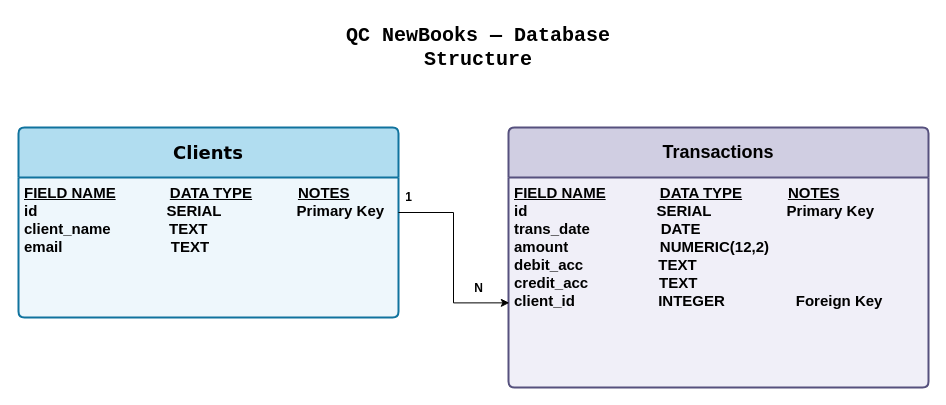
Before: page "Part B - ERD" (2 of 2) of QC_NewBooks_Diagrams.drawio in talyasharoni51-a11y/diagram-qc-new-books, a draw.io diagram. Source tidied: cells renumbered, new cells numbered last; positions are measured from the earlier drawing's top-left corner, leaving out a move shared by most shapes. Both pictures are drawn from the tidied source at 100%, with x=0, y=0 at pixel (18, 17).
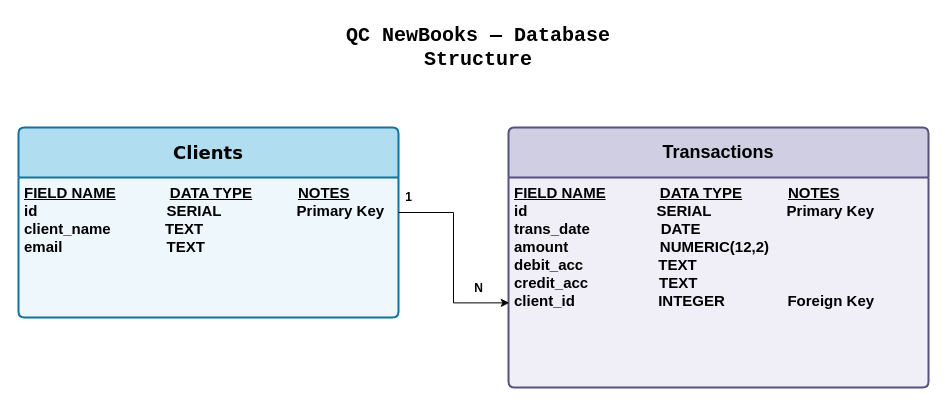
After the change.

Change to the diagram source:
```diff
@@
 <mxGraphModel>
   <root>
     <mxCell id="0" />
     <mxCell id="1" parent="0" />
     <mxCell id="2" value="&lt;b&gt;&lt;span style=&quot;color: rgb(0, 0, 0); font-family: &amp;quot;Share Tech Mono&amp;quot;, monospace; font-size: 20px; font-style: normal; font-variant-ligatures: normal; font-variant-caps: normal; letter-spacing: normal; orphans: 2; text-align: start; text-indent: 0px; text-transform: none; widows: 2; word-spacing: 0px; -webkit-text-stroke-width: 0px; white-space: normal; background-color: rgb(255, 255, 255); text-decoration-thickness: initial; text-decoration-style: initial; text-decoration-color: initial; float: none; display: inline !important;&quot;&gt;QC NewBooks — Database Structure&lt;/span&gt;&lt;/b&gt;" style="text;html=1;whiteSpace=wrap;strokeColor=none;fillColor=none;align=center;verticalAlign=middle;rounded=0;" parent="1" vertex="1">
       <mxGeometry x="275" width="370" height="60" as="geometry" />
     </mxCell>
     <mxCell id="3" value="&lt;font style=&quot;font-size: 18px;&quot;&gt;&lt;b&gt;Transactions&lt;/b&gt;&lt;/font&gt;" style="swimlane;horizontal=1;startSize=50;rounded=1;fontSize=14;fontStyle=0;strokeWidth=2;shadow=0;dashed=0;align=center;arcSize=4;whiteSpace=wrap;html=1;fillColor=#d0cee2;strokeColor=#56517e;swimlaneFillColor=light-dark(#f0eff8, #ededed);" parent="1" vertex="1">
       <mxGeometry x="490" y="110" width="420" height="260" as="geometry" />
     </mxCell>
-    <mxCell id="4" value="&lt;font style=&quot;font-size: 15px;&quot;&gt;&lt;b&gt;&lt;u&gt;FIELD NAME&lt;/u&gt;&amp;nbsp; &amp;nbsp; &amp;nbsp; &amp;nbsp; &amp;nbsp; &amp;nbsp; &amp;nbsp;&lt;u&gt;DATA TYPE&lt;/u&gt;&amp;nbsp; &amp;nbsp; &amp;nbsp; &amp;nbsp; &amp;nbsp; &amp;nbsp;&lt;u&gt;NOTES&lt;/u&gt;&lt;/b&gt;&lt;/font&gt;&lt;div&gt;&lt;font style=&quot;font-size: 15px;&quot;&gt;&lt;b&gt;id&amp;nbsp; &amp;nbsp; &amp;nbsp; &amp;nbsp; &amp;nbsp; &amp;nbsp; &amp;nbsp; &amp;nbsp; &amp;nbsp; &amp;nbsp; &amp;nbsp; &amp;nbsp; &amp;nbsp; &amp;nbsp; &amp;nbsp; &amp;nbsp;SERIAL&amp;nbsp; &amp;nbsp; &amp;nbsp; &amp;nbsp; &amp;nbsp; &amp;nbsp; &amp;nbsp; &amp;nbsp; &amp;nbsp; Primary Key&lt;/b&gt;&lt;/font&gt;&lt;div&gt;&lt;span style=&quot;background-color: transparent; color: light-dark(rgb(0, 0, 0), rgb(255, 255, 255));&quot;&gt;&lt;font style=&quot;font-size: 15px;&quot;&gt;&lt;b&gt;trans_date&amp;nbsp; &amp;nbsp; &amp;nbsp; &amp;nbsp; &amp;nbsp; &amp;nbsp; &amp;nbsp; &amp;nbsp; &amp;nbsp;DATE&lt;/b&gt;&lt;/font&gt;&lt;/span&gt;&lt;div&gt;&lt;div&gt;&lt;span style=&quot;background-color: transparent; color: light-dark(rgb(0, 0, 0), rgb(255, 255, 255));&quot;&gt;&lt;font style=&quot;font-size: 15px;&quot;&gt;&lt;b&gt;amount&amp;nbsp; &amp;nbsp; &amp;nbsp; &amp;nbsp; &amp;nbsp; &amp;nbsp; &amp;nbsp; &amp;nbsp; &amp;nbsp; &amp;nbsp; &amp;nbsp; NUMERIC(12,2)&lt;/b&gt;&lt;/font&gt;&lt;/span&gt;&lt;/div&gt;&lt;div&gt;&lt;font style=&quot;font-size: 15px;&quot;&gt;&lt;b&gt;debit_acc&amp;nbsp; &amp;nbsp; &amp;nbsp; &amp;nbsp; &amp;nbsp; &amp;nbsp; &amp;nbsp; &amp;nbsp; &amp;nbsp; TEXT&lt;/b&gt;&lt;/font&gt;&lt;/div&gt;&lt;div&gt;&lt;font style=&quot;font-size: 15px;&quot;&gt;&lt;b&gt;credit_acc&amp;nbsp; &amp;nbsp; &amp;nbsp; &amp;nbsp; &amp;nbsp; &amp;nbsp; &amp;nbsp; &amp;nbsp; &amp;nbsp;TEXT&lt;/b&gt;&lt;/font&gt;&lt;/div&gt;&lt;div&gt;&lt;font style=&quot;font-size: 15px;&quot;&gt;&lt;b&gt;client_id&amp;nbsp; &amp;nbsp; &amp;nbsp; &amp;nbsp; &amp;nbsp; &amp;nbsp; &amp;nbsp; &amp;nbsp; &amp;nbsp; &amp;nbsp; INTEGER&amp;nbsp; &amp;nbsp; &amp;nbsp; &amp;nbsp; &amp;nbsp; &amp;nbsp; &amp;nbsp; &amp;nbsp; &amp;nbsp;Foreign Key&lt;/b&gt;&lt;/font&gt;&lt;/div&gt;&lt;/div&gt;&lt;/div&gt;&lt;/div&gt;" style="align=left;strokeColor=none;fillColor=none;spacingLeft=4;spacingRight=4;fontSize=12;verticalAlign=top;html=1;whiteSpace=wrap;" parent="3" vertex="1">
+    <mxCell id="4" value="&lt;font style=&quot;font-size: 15px;&quot;&gt;&lt;b&gt;&lt;u&gt;FIELD NAME&lt;/u&gt;&amp;nbsp; &amp;nbsp; &amp;nbsp; &amp;nbsp; &amp;nbsp; &amp;nbsp; &amp;nbsp;&lt;u&gt;DATA TYPE&lt;/u&gt;&amp;nbsp; &amp;nbsp; &amp;nbsp; &amp;nbsp; &amp;nbsp; &amp;nbsp;&lt;u&gt;NOTES&lt;/u&gt;&lt;/b&gt;&lt;/font&gt;&lt;div&gt;&lt;font style=&quot;font-size: 15px;&quot;&gt;&lt;b&gt;id&amp;nbsp; &amp;nbsp; &amp;nbsp; &amp;nbsp; &amp;nbsp; &amp;nbsp; &amp;nbsp; &amp;nbsp; &amp;nbsp; &amp;nbsp; &amp;nbsp; &amp;nbsp; &amp;nbsp; &amp;nbsp; &amp;nbsp; &amp;nbsp;SERIAL&amp;nbsp; &amp;nbsp; &amp;nbsp; &amp;nbsp; &amp;nbsp; &amp;nbsp; &amp;nbsp; &amp;nbsp; &amp;nbsp; Primary Key&lt;/b&gt;&lt;/font&gt;&lt;div&gt;&lt;span style=&quot;background-color: transparent; color: light-dark(rgb(0, 0, 0), rgb(255, 255, 255));&quot;&gt;&lt;font style=&quot;font-size: 15px;&quot;&gt;&lt;b&gt;trans_date&amp;nbsp; &amp;nbsp; &amp;nbsp; &amp;nbsp; &amp;nbsp; &amp;nbsp; &amp;nbsp; &amp;nbsp; &amp;nbsp;DATE&lt;/b&gt;&lt;/font&gt;&lt;/span&gt;&lt;div&gt;&lt;div&gt;&lt;span style=&quot;background-color: transparent; color: light-dark(rgb(0, 0, 0), rgb(255, 255, 255));&quot;&gt;&lt;font style=&quot;font-size: 15px;&quot;&gt;&lt;b&gt;amount&amp;nbsp; &amp;nbsp; &amp;nbsp; &amp;nbsp; &amp;nbsp; &amp;nbsp; &amp;nbsp; &amp;nbsp; &amp;nbsp; &amp;nbsp; &amp;nbsp; NUMERIC(12,2)&lt;/b&gt;&lt;/font&gt;&lt;/span&gt;&lt;/div&gt;&lt;div&gt;&lt;font style=&quot;font-size: 15px;&quot;&gt;&lt;b&gt;debit_acc&amp;nbsp; &amp;nbsp; &amp;nbsp; &amp;nbsp; &amp;nbsp; &amp;nbsp; &amp;nbsp; &amp;nbsp; &amp;nbsp; TEXT&lt;/b&gt;&lt;/font&gt;&lt;/div&gt;&lt;div&gt;&lt;font style=&quot;font-size: 15px;&quot;&gt;&lt;b&gt;credit_acc&amp;nbsp; &amp;nbsp; &amp;nbsp; &amp;nbsp; &amp;nbsp; &amp;nbsp; &amp;nbsp; &amp;nbsp; &amp;nbsp;TEXT&lt;/b&gt;&lt;/font&gt;&lt;/div&gt;&lt;div&gt;&lt;font style=&quot;font-size: 15px;&quot;&gt;&lt;b&gt;client_id&amp;nbsp; &amp;nbsp; &amp;nbsp; &amp;nbsp; &amp;nbsp; &amp;nbsp; &amp;nbsp; &amp;nbsp; &amp;nbsp; &amp;nbsp; INTEGER&amp;nbsp; &amp;nbsp; &amp;nbsp; &amp;nbsp; &amp;nbsp; &amp;nbsp; &amp;nbsp; &amp;nbsp;Foreign Key&lt;/b&gt;&lt;/font&gt;&lt;/div&gt;&lt;/div&gt;&lt;/div&gt;&lt;/div&gt;" style="align=left;strokeColor=none;fillColor=none;spacingLeft=4;spacingRight=4;fontSize=12;verticalAlign=top;html=1;whiteSpace=wrap;" parent="3" vertex="1">
       <mxGeometry y="50" width="420" height="210" as="geometry" />
     </mxCell>
     <mxCell id="5" value="&lt;font face=&quot;Verdana&quot; style=&quot;font-size: 18px;&quot;&gt;&lt;b style=&quot;&quot;&gt;Clients&lt;/b&gt;&lt;/font&gt;" style="swimlane;horizontal=1;startSize=50;rounded=1;fontSize=14;fontStyle=0;strokeWidth=2;shadow=0;dashed=0;align=center;arcSize=4;whiteSpace=wrap;html=1;fillColor=#b1ddf0;strokeColor=#10739e;swimlaneFillColor=#EEF7FC;" parent="1" vertex="1">
       <mxGeometry y="110" width="380" height="190" as="geometry" />
     </mxCell>
-    <mxCell id="6" value="&lt;font style=&quot;font-size: 15px;&quot;&gt;&lt;b&gt;&lt;u&gt;FIELD NAME&lt;/u&gt;&amp;nbsp; &amp;nbsp; &amp;nbsp; &amp;nbsp; &amp;nbsp; &amp;nbsp; &amp;nbsp;&lt;u&gt;DATA TYPE&lt;/u&gt;&amp;nbsp; &amp;nbsp; &amp;nbsp; &amp;nbsp; &amp;nbsp; &amp;nbsp;&lt;u&gt;NOTES&lt;/u&gt;&lt;/b&gt;&lt;/font&gt;&lt;div&gt;&lt;font style=&quot;font-size: 15px;&quot;&gt;&lt;b&gt;id&amp;nbsp; &amp;nbsp; &amp;nbsp; &amp;nbsp; &amp;nbsp; &amp;nbsp; &amp;nbsp; &amp;nbsp; &amp;nbsp; &amp;nbsp; &amp;nbsp; &amp;nbsp; &amp;nbsp; &amp;nbsp; &amp;nbsp; &amp;nbsp;SERIAL&amp;nbsp; &amp;nbsp; &amp;nbsp; &amp;nbsp; &amp;nbsp; &amp;nbsp; &amp;nbsp; &amp;nbsp; &amp;nbsp; Primary Key&lt;/b&gt;&lt;/font&gt;&lt;div&gt;&lt;span style=&quot;background-color: transparent; color: light-dark(rgb(0, 0, 0), rgb(255, 255, 255));&quot;&gt;&lt;font style=&quot;font-size: 15px;&quot;&gt;&lt;b&gt;client_name&amp;nbsp; &amp;nbsp; &amp;nbsp; &amp;nbsp; &amp;nbsp; &amp;nbsp; &amp;nbsp; TEXT&lt;/b&gt;&lt;/font&gt;&lt;/span&gt;&lt;div&gt;&lt;div&gt;&lt;font style=&quot;font-size: 15px;&quot;&gt;&lt;b&gt;&lt;span style=&quot;background-color: transparent; color: light-dark(rgb(0, 0, 0), rgb(255, 255, 255));&quot;&gt;email&amp;nbsp; &amp;nbsp; &amp;nbsp; &amp;nbsp; &amp;nbsp; &amp;nbsp; &amp;nbsp; &amp;nbsp; &amp;nbsp; &amp;nbsp; &amp;nbsp; &amp;nbsp; &amp;nbsp;&amp;nbsp;&lt;/span&gt;&lt;span style=&quot;background-color: transparent; color: light-dark(rgb(0, 0, 0), rgb(255, 255, 255));&quot;&gt;TEXT&lt;/span&gt;&lt;/b&gt;&lt;/font&gt;&lt;/div&gt;&lt;div&gt;&lt;br&gt;&lt;/div&gt;&lt;/div&gt;&lt;/div&gt;&lt;/div&gt;" style="align=left;strokeColor=none;fillColor=none;spacingLeft=4;spacingRight=4;fontSize=12;verticalAlign=top;html=1;whiteSpace=wrap;" parent="5" vertex="1">
+    <mxCell id="6" value="&lt;font style=&quot;font-size: 15px;&quot;&gt;&lt;b&gt;&lt;u&gt;FIELD NAME&lt;/u&gt;&amp;nbsp; &amp;nbsp; &amp;nbsp; &amp;nbsp; &amp;nbsp; &amp;nbsp; &amp;nbsp;&lt;u&gt;DATA TYPE&lt;/u&gt;&amp;nbsp; &amp;nbsp; &amp;nbsp; &amp;nbsp; &amp;nbsp; &amp;nbsp;&lt;u&gt;NOTES&lt;/u&gt;&lt;/b&gt;&lt;/font&gt;&lt;div&gt;&lt;font style=&quot;font-size: 15px;&quot;&gt;&lt;b&gt;id&amp;nbsp; &amp;nbsp; &amp;nbsp; &amp;nbsp; &amp;nbsp; &amp;nbsp; &amp;nbsp; &amp;nbsp; &amp;nbsp; &amp;nbsp; &amp;nbsp; &amp;nbsp; &amp;nbsp; &amp;nbsp; &amp;nbsp; &amp;nbsp;SERIAL&amp;nbsp; &amp;nbsp; &amp;nbsp; &amp;nbsp; &amp;nbsp; &amp;nbsp; &amp;nbsp; &amp;nbsp; &amp;nbsp; Primary Key&lt;/b&gt;&lt;/font&gt;&lt;div&gt;&lt;span style=&quot;background-color: transparent; color: light-dark(rgb(0, 0, 0), rgb(255, 255, 255));&quot;&gt;&lt;font style=&quot;font-size: 15px;&quot;&gt;&lt;b&gt;client_name&amp;nbsp; &amp;nbsp; &amp;nbsp; &amp;nbsp; &amp;nbsp; &amp;nbsp; &amp;nbsp;TEXT&lt;/b&gt;&lt;/font&gt;&lt;/span&gt;&lt;div&gt;&lt;div&gt;&lt;font style=&quot;font-size: 15px;&quot;&gt;&lt;b&gt;&lt;span style=&quot;background-color: transparent; color: light-dark(rgb(0, 0, 0), rgb(255, 255, 255));&quot;&gt;email&amp;nbsp; &amp;nbsp; &amp;nbsp; &amp;nbsp; &amp;nbsp; &amp;nbsp; &amp;nbsp; &amp;nbsp; &amp;nbsp; &amp;nbsp; &amp;nbsp; &amp;nbsp; &amp;nbsp;&lt;/span&gt;&lt;span style=&quot;background-color: transparent; color: light-dark(rgb(0, 0, 0), rgb(255, 255, 255));&quot;&gt;TEXT&lt;/span&gt;&lt;/b&gt;&lt;/font&gt;&lt;/div&gt;&lt;div&gt;&lt;br&gt;&lt;/div&gt;&lt;/div&gt;&lt;/div&gt;&lt;/div&gt;" style="align=left;strokeColor=none;fillColor=none;spacingLeft=4;spacingRight=4;fontSize=12;verticalAlign=top;html=1;whiteSpace=wrap;" parent="5" vertex="1">
       <mxGeometry y="50" width="380" height="140" as="geometry" />
     </mxCell>
     <mxCell id="7" style="edgeStyle=orthogonalEdgeStyle;rounded=0;jettySize=auto;html=1;exitX=1;exitY=0.25;exitDx=0;exitDy=0;entryX=0.002;entryY=0.597;entryDx=0;entryDy=0;entryPerimeter=0;" parent="1" edge="1" source="6" target="4">
       <mxGeometry relative="1" as="geometry">
         <Array as="points">
           <mxPoint x="435" y="195" />
           <mxPoint x="435" y="285" />
           <mxPoint x="491" y="285" />
         </Array>
       </mxGeometry>
     </mxCell>
     <mxCell id="8" value="&lt;b&gt;&lt;font style=&quot;font-size: 12px;&quot;&gt;1&lt;/font&gt;&lt;/b&gt;" style="edgeLabel;html=1;align=center;verticalAlign=middle;" parent="7" vertex="1">
       <mxGeometry x="-0.73" y="-1" relative="1" as="geometry">
         <mxPoint x="-18" y="-17" as="offset" />
       </mxGeometry>
     </mxCell>
     <mxCell id="9" value="&lt;b&gt;&lt;font style=&quot;font-size: 12px;&quot;&gt;N&lt;/font&gt;&lt;/b&gt;" style="edgeLabel;html=1;align=center;verticalAlign=middle;" parent="7" vertex="1">
       <mxGeometry x="0.69" relative="1" as="geometry">
         <mxPoint y="-15" as="offset" />
       </mxGeometry>
     </mxCell>
   </root>
 </mxGraphModel>
```
